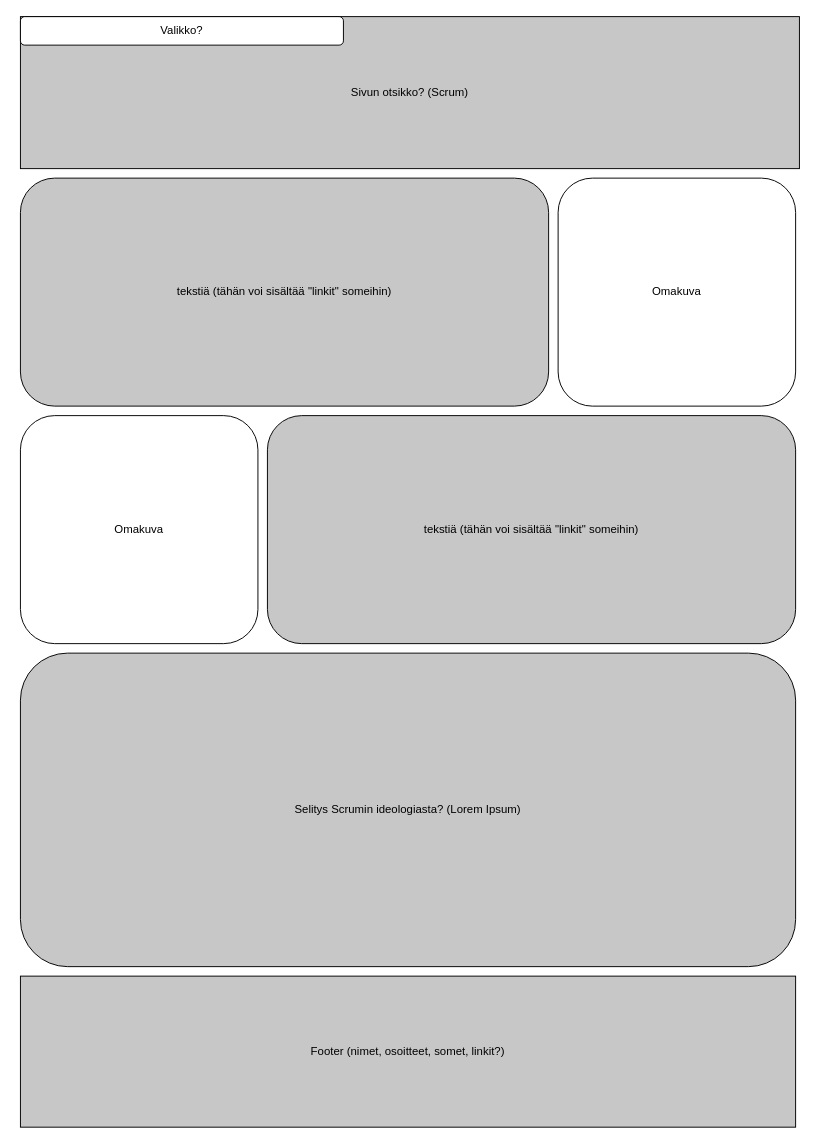
Before: Harjoituksia/Scrum_Harjoitus.drawio in yanroos/Nonstop, a draw.io diagram. Source tidied: cells renumbered, new cells numbered last; positions are measured from the earlier drawing's top-left corner, leaving out a move shared by most shapes. Both pictures are drawn from the tidied source at 95%, with x=0, y=0 at pixel (20, 16).
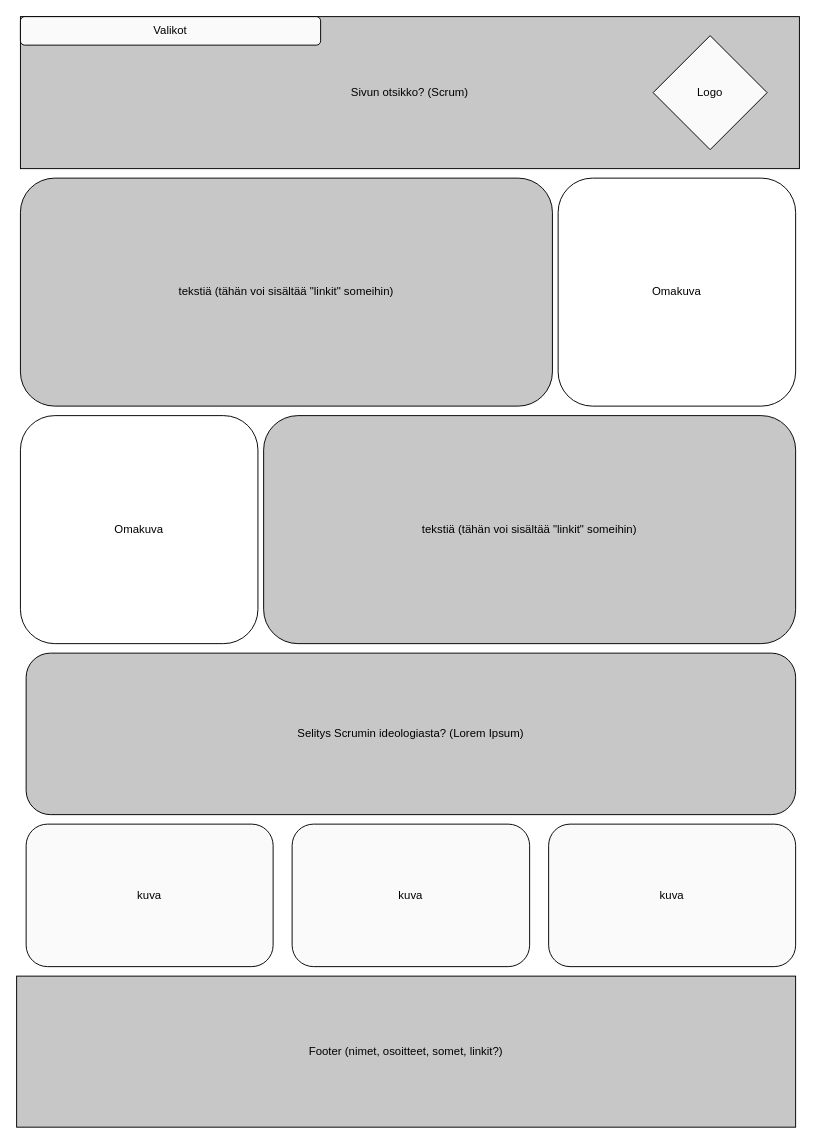
Above is the later version.

Change to the diagram source:
```diff
@@
 <mxGraphModel>
   <root>
     <mxCell id="0" />
     <mxCell id="1" parent="0" />
     <mxCell id="2" value="Sivun otsikko? (Scrum)" style="rounded=0;whiteSpace=wrap;html=1;fillColor=#C7C7C7;" parent="1" vertex="1">
       <mxGeometry width="820" height="160" as="geometry" />
     </mxCell>
-    <mxCell id="3" value="Valikko?" style="rounded=1;whiteSpace=wrap;html=1;" parent="1" vertex="1">
-      <mxGeometry width="340" height="30" as="geometry" />
-    </mxCell>
     <mxCell id="4" value="tekstiä (tähän voi sisältää &quot;linkit&quot; someihin)" style="rounded=1;whiteSpace=wrap;html=1;fillColor=#C7C7C7;" parent="1" vertex="1">
-      <mxGeometry y="170" width="556" height="240" as="geometry" />
+      <mxGeometry y="170" width="560" height="240" as="geometry" />
     </mxCell>
     <mxCell id="5" value="Footer (nimet, osoitteet, somet, linkit?)" style="rounded=0;whiteSpace=wrap;html=1;fillColor=#C7C7C7;" parent="1" vertex="1">
-      <mxGeometry y="1010" width="816" height="159" as="geometry" />
+      <mxGeometry x="-4" y="1010" width="820" height="159" as="geometry" />
     </mxCell>
     <mxCell id="6" value="Omakuva" style="rounded=1;whiteSpace=wrap;html=1;" parent="1" vertex="1">
       <mxGeometry x="566" y="170" width="250" height="240" as="geometry" />
     </mxCell>
     <mxCell id="7" value="tekstiä (tähän voi sisältää &quot;linkit&quot; someihin)" style="rounded=1;whiteSpace=wrap;html=1;fillColor=#C7C7C7;" parent="1" vertex="1">
-      <mxGeometry x="260" y="420" width="556" height="240" as="geometry" />
+      <mxGeometry x="256" y="420" width="560" height="240" as="geometry" />
     </mxCell>
     <mxCell id="8" value="Omakuva" style="rounded=1;whiteSpace=wrap;html=1;" parent="1" vertex="1">
       <mxGeometry y="420" width="250" height="240" as="geometry" />
     </mxCell>
     <mxCell id="9" value="Selitys Scrumin ideologiasta? (Lorem Ipsum)" style="rounded=1;whiteSpace=wrap;html=1;fillColor=#C7C7C7;" parent="1" vertex="1">
-      <mxGeometry y="670" width="816" height="330" as="geometry" />
+      <mxGeometry x="6" y="670" width="810" height="170" as="geometry" />
     </mxCell>
+    <mxCell id="10" value="Valikot" style="rounded=1;whiteSpace=wrap;html=1;fillColor=#FAFAFA;" parent="1" vertex="1">
+      <mxGeometry width="316" height="30" as="geometry" />
+    </mxCell>
+    <mxCell id="11" value="Logo" style="rhombus;whiteSpace=wrap;html=1;fillColor=#FAFAFA;" parent="1" vertex="1">
+      <mxGeometry x="666" y="20" width="120" height="120" as="geometry" />
+    </mxCell>
+    <mxCell id="12" value="kuva" style="rounded=1;whiteSpace=wrap;html=1;fillColor=#FAFAFA;" parent="1" vertex="1">
+      <mxGeometry x="6" y="850" width="260" height="150" as="geometry" />
+    </mxCell>
+    <mxCell id="13" value="kuva" style="rounded=1;whiteSpace=wrap;html=1;fillColor=#FAFAFA;" parent="1" vertex="1">
+      <mxGeometry x="286" y="850" width="250" height="150" as="geometry" />
+    </mxCell>
+    <mxCell id="14" value="kuva" style="rounded=1;whiteSpace=wrap;html=1;fillColor=#FAFAFA;" parent="1" vertex="1">
+      <mxGeometry x="556" y="850" width="260" height="150" as="geometry" />
+    </mxCell>
   </root>
 </mxGraphModel>
```
